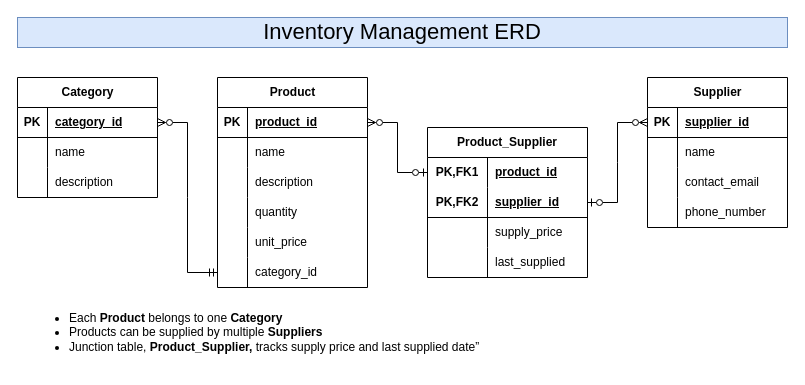
Above: Inventory Management ERD.drawio in lorenaborges256/DEV1002_A3WebAPIServer (draw.io), before the change. Source tidied: cells renumbered, new cells numbered last; positions are measured from the earlier drawing's top-left corner, leaving out a move shared by most shapes. Both pictures are drawn from the tidied source at 100%, with x=0, y=0 at pixel (17, 17).
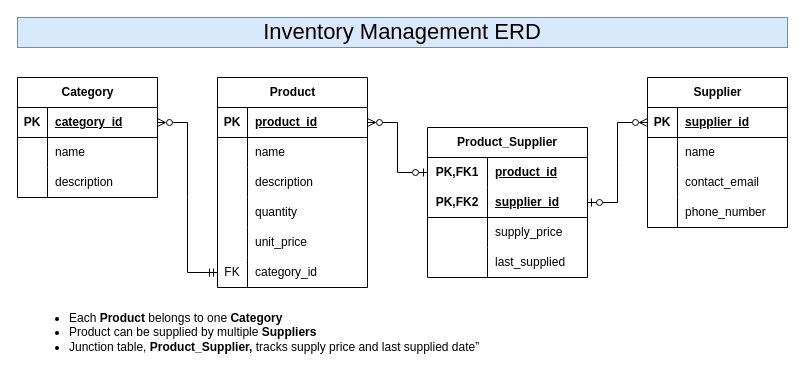
Above is the later version.

The change refers to these unchanged cells:
```xml
<mxCell id="18" style="shape=tableRow;horizontal=0;startSize=0;swimlaneHead=0;swimlaneBody=0;fillColor=none;points=[[0,0.5],[1,0.5]];portConstraint=eastwest;top=0;left=0;right=0;bottom=0;" parent="2" vertex="1">
  <mxGeometry y="180" width="150" height="30" as="geometry" />
</mxCell>
```

The edit, as a diff of the source:
```diff
@@
-    <mxCell id="19" style="shape=partialRectangle;fillColor=none;top=0;left=0;bottom=0;right=0;overflow=hidden;whiteSpace=wrap;html=1;" parent="18" vertex="1">
+    <mxCell id="19" value="FK" style="shape=partialRectangle;fillColor=none;top=0;left=0;bottom=0;right=0;overflow=hidden;whiteSpace=wrap;html=1;" parent="18" vertex="1">
       <mxGeometry width="30" height="30" as="geometry" />
     </mxCell>
@@
-    <mxCell id="61" value="&lt;ul&gt;&lt;li&gt;&lt;span style=&quot;background-color: transparent; color: light-dark(rgb(0, 0, 0), rgb(255, 255, 255));&quot;&gt;Each &lt;b&gt;Product &lt;/b&gt;belongs to one &lt;b&gt;Category&lt;/b&gt;&lt;/span&gt;&lt;/li&gt;&lt;li&gt;&lt;span style=&quot;background-color: transparent; color: light-dark(rgb(0, 0, 0), rgb(255, 255, 255));&quot;&gt;Products can be supplied by multiple &lt;b&gt;Suppliers&lt;/b&gt;&lt;/span&gt;&lt;/li&gt;&lt;li&gt;&lt;span style=&quot;background-color: transparent; color: light-dark(rgb(0, 0, 0), rgb(255, 255, 255));&quot;&gt;Junction table, &lt;b&gt;Product_Supplier,&lt;/b&gt; tracks supply price and last supplied date”&lt;/span&gt;&lt;/li&gt;&lt;/ul&gt;" style="text;html=1;whiteSpace=wrap;strokeColor=none;fillColor=none;align=left;verticalAlign=middle;rounded=0;" parent="1" vertex="1">
+    <mxCell id="61" value="&lt;ul&gt;&lt;li&gt;&lt;span style=&quot;background-color: transparent; color: light-dark(rgb(0, 0, 0), rgb(255, 255, 255));&quot;&gt;Each &lt;b&gt;Product &lt;/b&gt;belongs to one &lt;b&gt;Category&lt;/b&gt;&lt;/span&gt;&lt;/li&gt;&lt;li&gt;&lt;span style=&quot;background-color: transparent; color: light-dark(rgb(0, 0, 0), rgb(255, 255, 255));&quot;&gt;Product can be supplied by multiple &lt;b&gt;Suppliers&lt;/b&gt;&lt;/span&gt;&lt;/li&gt;&lt;li&gt;&lt;span style=&quot;background-color: transparent; color: light-dark(rgb(0, 0, 0), rgb(255, 255, 255));&quot;&gt;Junction table, &lt;b&gt;Product_Supplier,&lt;/b&gt; tracks supply price and last supplied date”&lt;/span&gt;&lt;/li&gt;&lt;/ul&gt;" style="text;html=1;whiteSpace=wrap;strokeColor=none;fillColor=none;align=left;verticalAlign=middle;rounded=0;" parent="1" vertex="1">
       <mxGeometry x="10" y="280" width="760" height="70" as="geometry" />
     </mxCell>
```
